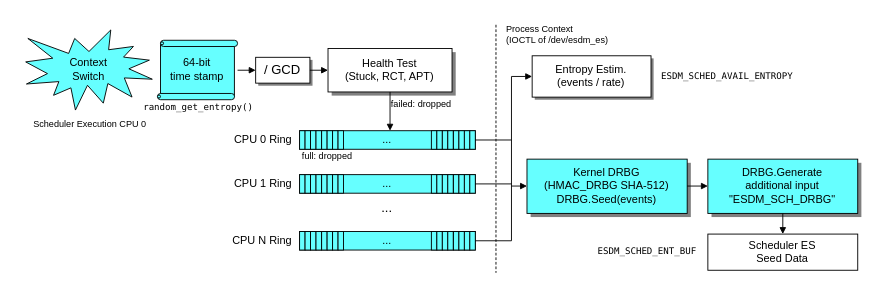
The draw.io diagram doc/typst/figures/sched-processing.drawio in thillux/esdm, before the edit. Source tidied: cells renumbered, new cells numbered last; positions are measured from the earlier drawing's top-left corner, leaving out a move shared by most shapes. Both pictures are drawn from the tidied source at 152%, with x=0, y=0 at pixel (24, 24).
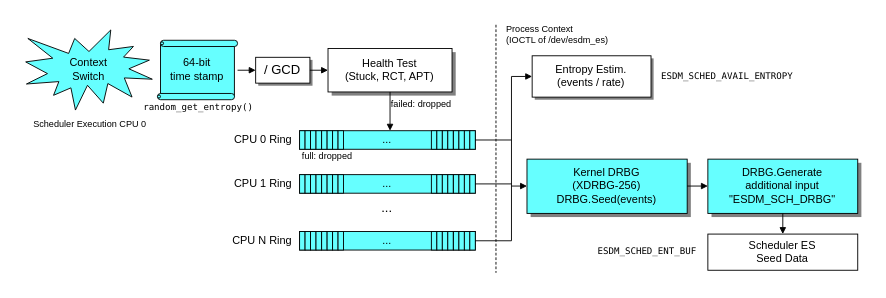
The same diagram, later.

Diff of the diagram source:
```diff
@@
-    <mxCell id="88" value="Kernel DRBG&#10;(HMAC_DRBG SHA-512)&#10;DRBG.Seed(events)" style="html=0;fontFamily=Liberation Sans;fontSize=7.2;fillColor=#66FFFF;strokeColor=#000000;strokeWidth=0.6;" parent="1" vertex="1">
+    <mxCell id="88" value="Kernel DRBG&#10;(XDRBG-256)&#10;DRBG.Seed(events)" style="html=0;fontFamily=Liberation Sans;fontSize=7.2;fillColor=#66FFFF;strokeColor=#000000;strokeWidth=0.6;" parent="1" vertex="1">
       <mxGeometry x="330.2" y="88.2" width="105.4" height="35.7" as="geometry" />
     </mxCell>
```
